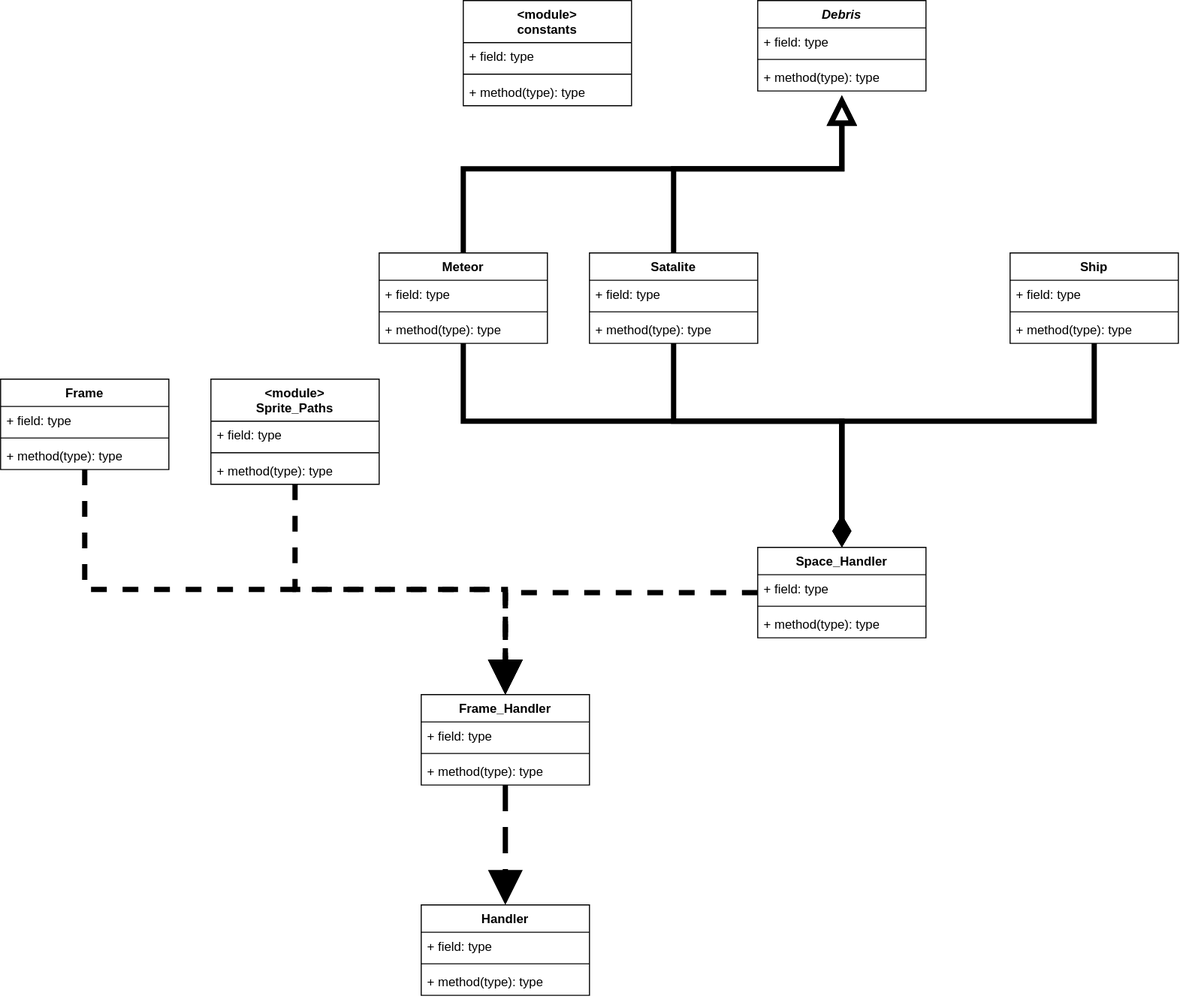
The draw.io diagram UML.drawio.svg in CodyPassino/Space-Janitor, before a commit. Source tidied: cells renumbered, new cells last; positions are measured from the earlier drawing's top-left corner, leaving out a move shared by most shapes.
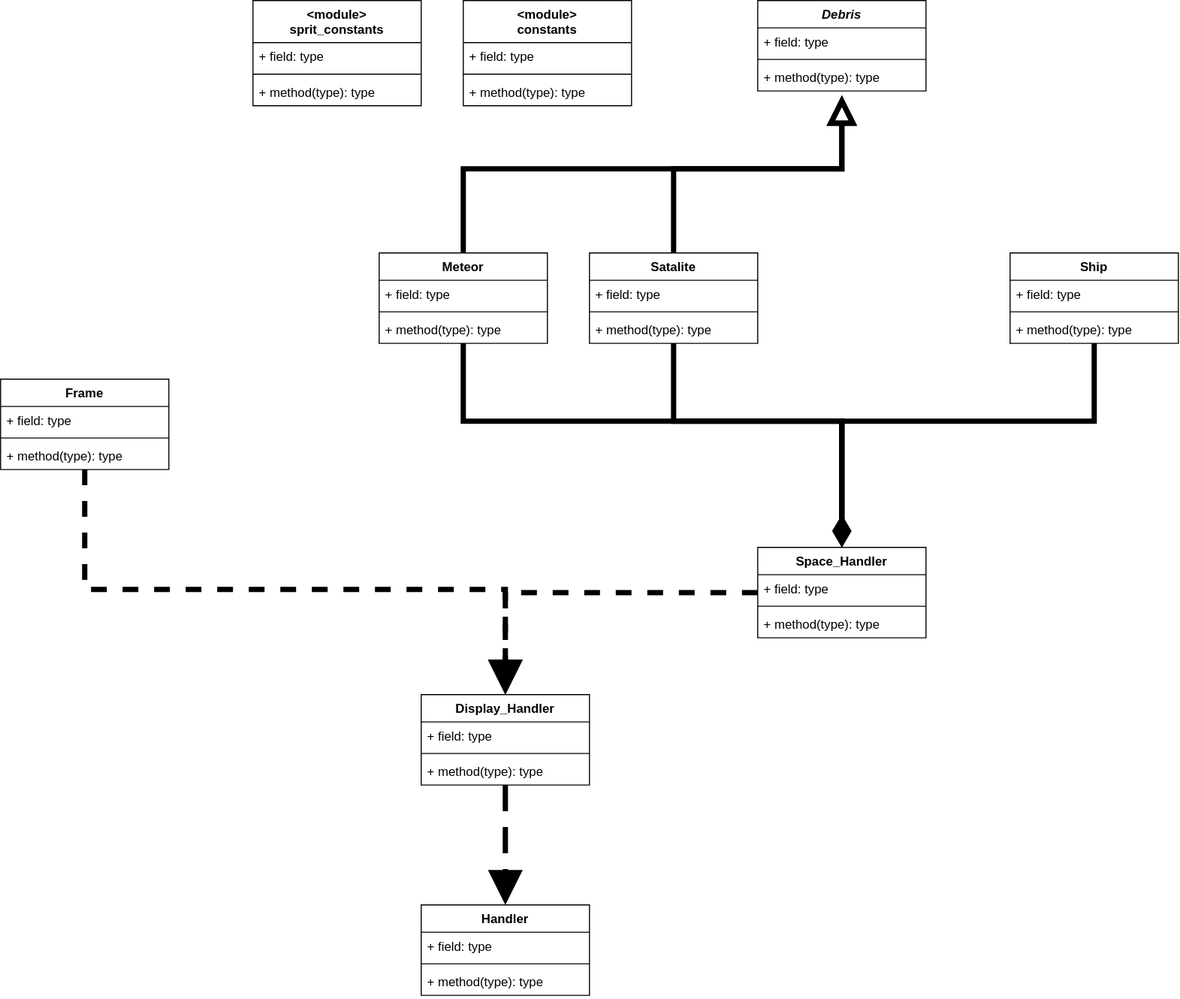
After the commit.

The edit, as a diff of the source:
```diff
@@ -119,16 +119,8 @@
     <mxCell id="31" value="+ method(type): type" style="text;strokeColor=none;fillColor=none;align=left;verticalAlign=top;spacingLeft=4;spacingRight=4;overflow=hidden;whiteSpace=wrap;html=1;" parent="28" vertex="1">
       <mxGeometry y="74" width="160" height="26" as="geometry" />
     </mxCell>
-    <mxCell id="32" style="edgeStyle=orthogonalEdgeStyle;shape=connector;curved=0;rounded=0;jumpStyle=none;jumpSize=6;html=1;entryX=0.5;entryY=0;entryDx=0;entryDy=0;dashed=1;strokeColor=default;strokeWidth=5;align=center;verticalAlign=middle;fontFamily=Helvetica;fontSize=11;fontColor=default;labelBackgroundColor=default;startSize=0;endArrow=block;endFill=1;endSize=20;" parent="1" edge="1" source="33" target="38">
-      <mxGeometry relative="1" as="geometry">
-        <Array as="points">
-          <mxPoint x="280" y="560" />
-          <mxPoint x="480" y="560" />
-        </Array>
-      </mxGeometry>
-    </mxCell>
-    <mxCell id="33" value="&lt;div&gt;&amp;lt;module&amp;gt;&lt;/div&gt;Sprite_Paths" style="swimlane;fontStyle=1;align=center;verticalAlign=top;horizontal=1;startSize=40;whiteSpace=wrap;html=1;" parent="1" vertex="1">
-      <mxGeometry x="200" y="360" width="160" height="100" as="geometry" />
+    <mxCell id="33" value="&lt;div&gt;&amp;lt;module&amp;gt;&lt;/div&gt;sprit_constants" style="swimlane;fontStyle=1;align=center;verticalAlign=top;horizontal=1;startSize=40;whiteSpace=wrap;html=1;" parent="1" vertex="1">
+      <mxGeometry x="240" width="160" height="100" as="geometry" />
     </mxCell>
     <mxCell id="34" value="+ field: type" style="text;strokeColor=none;fillColor=none;align=left;verticalAlign=top;spacingLeft=4;spacingRight=4;overflow=hidden;whiteSpace=wrap;html=1;" parent="33" vertex="1">
       <mxGeometry y="40" width="160" height="26" as="geometry" />
@@ -142,7 +134,7 @@
     <mxCell id="37" style="edgeStyle=orthogonalEdgeStyle;shape=connector;curved=0;rounded=0;jumpStyle=none;jumpSize=6;html=1;entryX=0.5;entryY=0;entryDx=0;entryDy=0;dashed=1;strokeColor=default;strokeWidth=5;align=center;verticalAlign=middle;fontFamily=Helvetica;fontSize=11;fontColor=default;labelBackgroundColor=default;startSize=0;endArrow=block;endFill=1;endSize=20;dashPattern=5 3;" parent="1" edge="1" source="38" target="47">
       <mxGeometry relative="1" as="geometry" />
     </mxCell>
-    <mxCell id="38" value="Frame_Handler" style="swimlane;fontStyle=1;align=center;verticalAlign=top;horizontal=1;startSize=26;whiteSpace=wrap;html=1;" parent="1" vertex="1">
+    <mxCell id="38" value="Display_Handler" style="swimlane;fontStyle=1;align=center;verticalAlign=top;horizontal=1;startSize=26;whiteSpace=wrap;html=1;" parent="1" vertex="1">
       <mxGeometry x="400" y="660" width="160" height="86" as="geometry" />
     </mxCell>
     <mxCell id="39" value="+ field: type" style="text;strokeColor=none;fillColor=none;align=left;verticalAlign=top;spacingLeft=4;spacingRight=4;overflow=hidden;whiteSpace=wrap;html=1;" parent="38" vertex="1">
```
